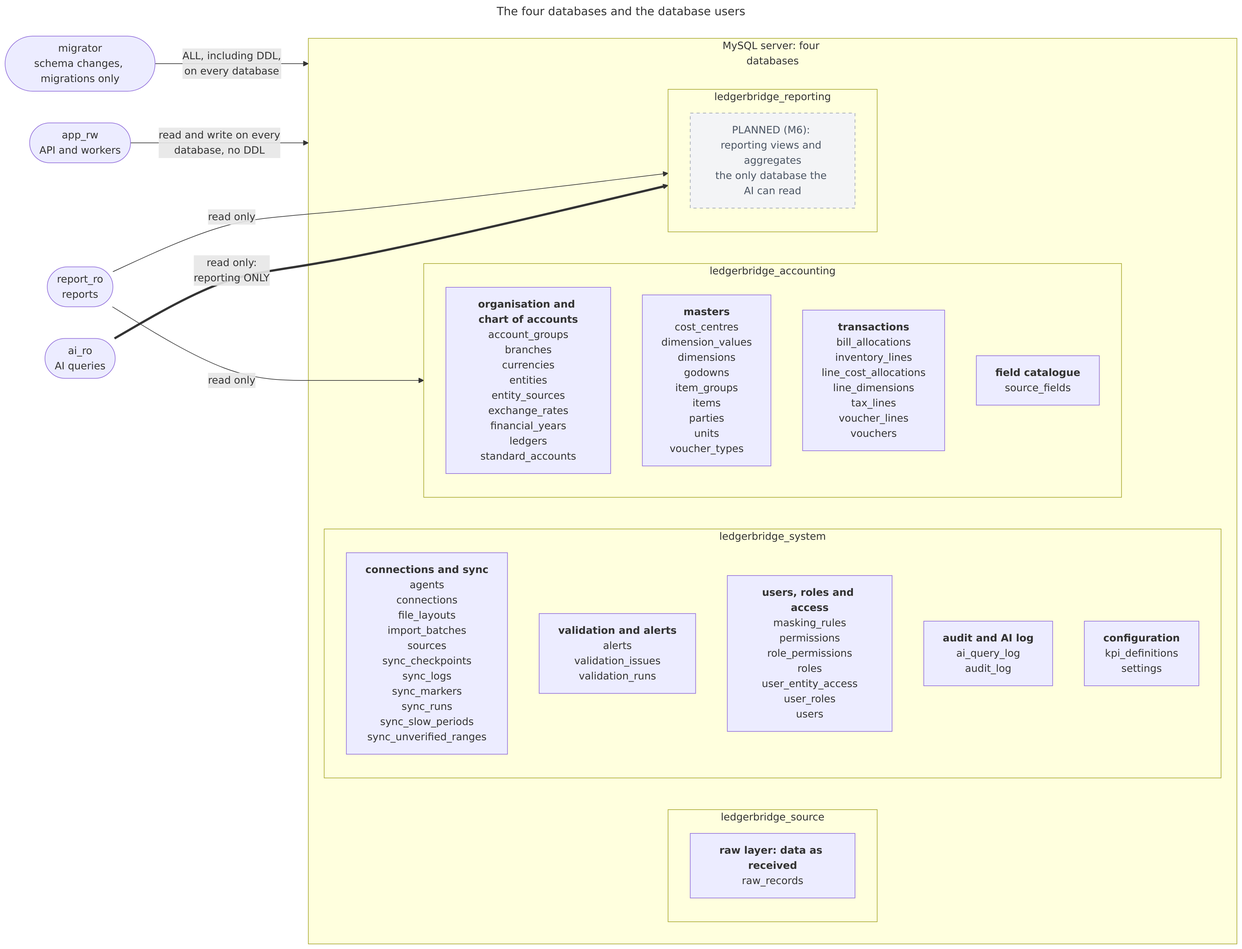
empirical-logic-2026/ledgerbridge keeps this Mermaid diagram as docs/diagrams/schema-databases.png. Above is the earlier version. Its source is kept beside it as docs/diagrams/schema-databases.mmd.
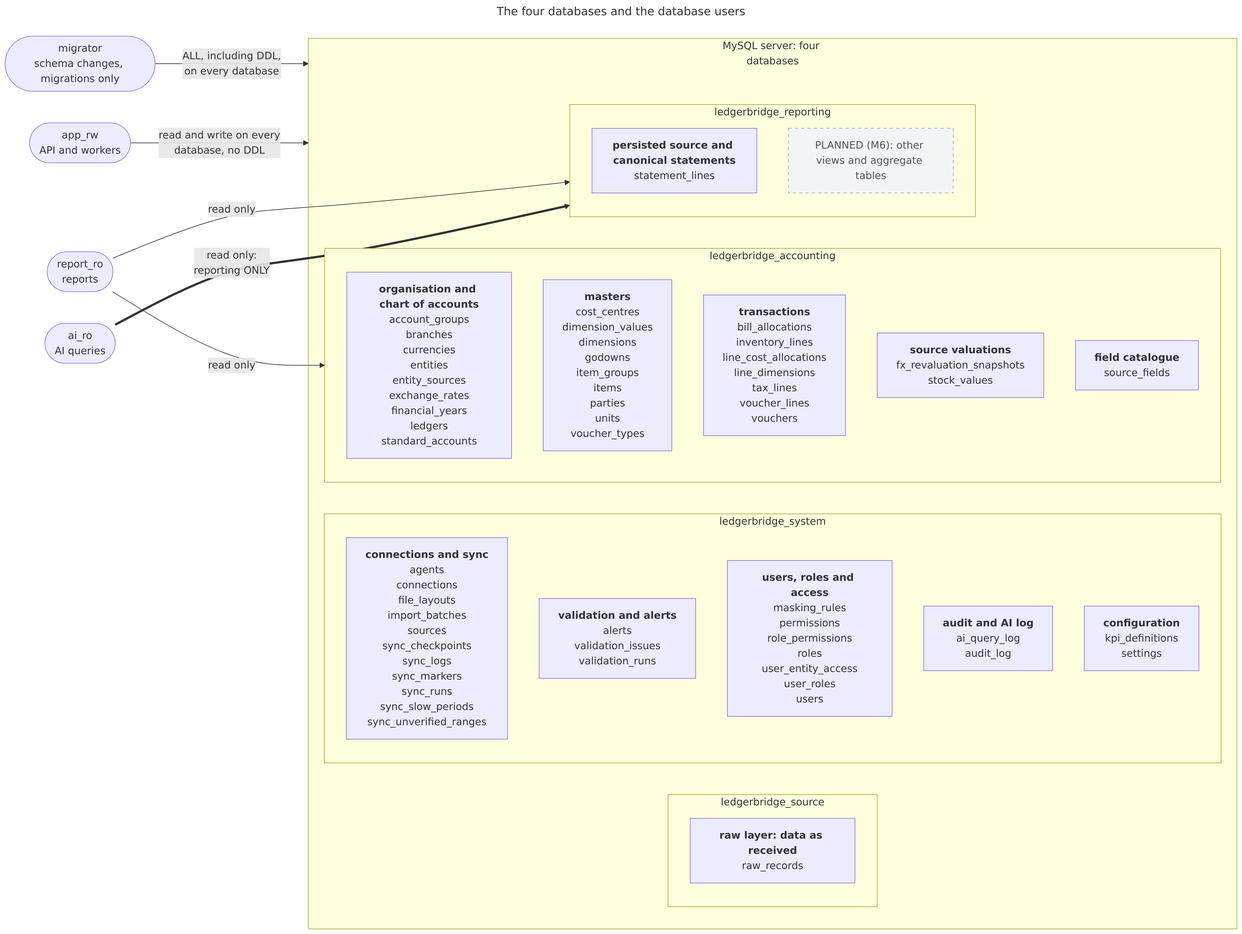
Above is the later version.

Change to the diagram source:
```diff
@@ -22,10 +22,12 @@
         ledgerbridge_accounting_1["<b>organisation and chart of accounts</b><br/>account_groups<br/>branches<br/>currencies<br/>entities<br/>entity_sources<br/>exchange_rates<br/>financial_years<br/>ledgers<br/>standard_accounts"]
         ledgerbridge_accounting_2["<b>masters</b><br/>cost_centres<br/>dimension_values<br/>dimensions<br/>godowns<br/>item_groups<br/>items<br/>parties<br/>units<br/>voucher_types"]
         ledgerbridge_accounting_3["<b>transactions</b><br/>bill_allocations<br/>inventory_lines<br/>line_cost_allocations<br/>line_dimensions<br/>tax_lines<br/>voucher_lines<br/>vouchers"]
-        ledgerbridge_accounting_4["<b>field catalogue</b><br/>source_fields"]
+        ledgerbridge_accounting_4["<b>source valuations</b><br/>fx_revaluation_snapshots<br/>stock_values"]
+        ledgerbridge_accounting_5["<b>field catalogue</b><br/>source_fields"]
     end
     subgraph ledgerbridge_reporting["ledgerbridge_reporting"]
-        ledgerbridge_reporting_planned["PLANNED (M6): reporting views and aggregates<br/>the only database the AI can read"]
+        ledgerbridge_reporting_1["<b>persisted source and canonical statements</b><br/>statement_lines"]
+        ledgerbridge_reporting_planned["PLANNED (M6): other views and aggregate tables"]
     end
     end
     migrator -->|"ALL, including DDL,<br/>on every database"| mysql
```
